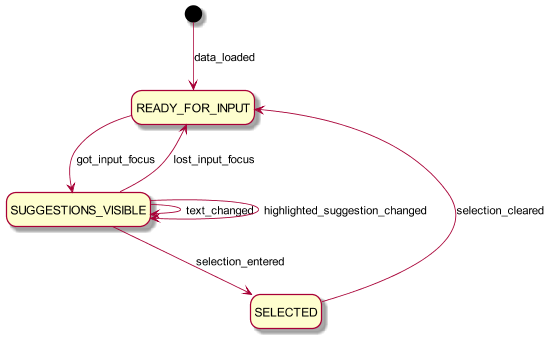
This is docs/typeahead-fsm-state-diagram.png from vocaltech/typeahead-fsm-typescript, a PlantUML export, as it was before one commit. Source of this version:
```plantuml
@startuml typeahead-fsm-state-diagram
scale 550 width
hide empty description

[*] --> READY_FOR_INPUT: data_loaded
READY_FOR_INPUT --> SUGGESTIONS_VISIBLE: got_input_focus
SUGGESTIONS_VISIBLE --> READY_FOR_INPUT: lost_input_focus
SUGGESTIONS_VISIBLE --> SUGGESTIONS_VISIBLE: text_changed
SUGGESTIONS_VISIBLE --> SUGGESTIONS_VISIBLE: highlighted_suggestion_changed
SUGGESTIONS_VISIBLE --> SELECTED: selection_entered
SELECTED --> READY_FOR_INPUT: selection_cleared

@enduml
```
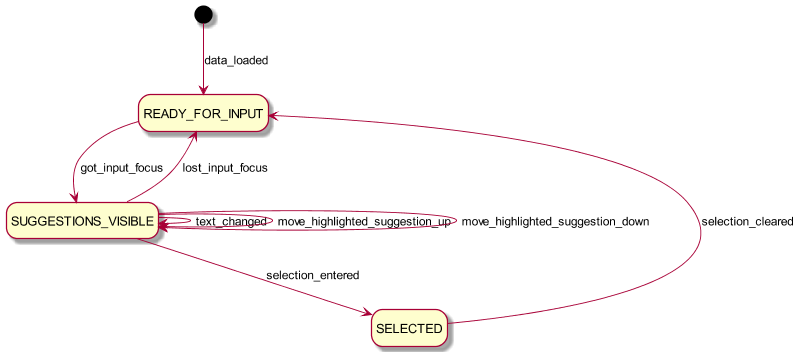
Later version of the same file.

Commit message:
Replace highlighted_suggestion_changed

Change to the diagram source:
```diff
@@ -1,12 +1,13 @@
 @startuml typeahead-fsm-state-diagram
-scale 550 width
+scale 800 width
 hide empty description
 
 [*] --> READY_FOR_INPUT: data_loaded
 READY_FOR_INPUT --> SUGGESTIONS_VISIBLE: got_input_focus
 SUGGESTIONS_VISIBLE --> READY_FOR_INPUT: lost_input_focus
 SUGGESTIONS_VISIBLE --> SUGGESTIONS_VISIBLE: text_changed
-SUGGESTIONS_VISIBLE --> SUGGESTIONS_VISIBLE: highlighted_suggestion_changed
+SUGGESTIONS_VISIBLE --> SUGGESTIONS_VISIBLE: move_highlighted_suggestion_up
+SUGGESTIONS_VISIBLE --> SUGGESTIONS_VISIBLE: move_highlighted_suggestion_down
 SUGGESTIONS_VISIBLE --> SELECTED: selection_entered
 SELECTED --> READY_FOR_INPUT: selection_cleared
 
```
